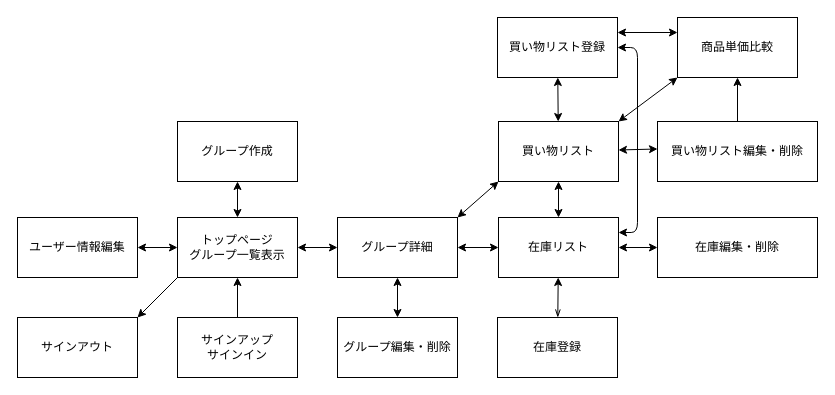
This is kauzoh画面遷移図.drawio from komafuji820/kauzoh, a draw.io file, before an edit. Source tidied: cells renumbered, new cells numbered last; positions are measured from the earlier drawing's top-left corner, leaving out a move shared by most shapes. Both pictures are drawn from the tidied source at 100%, with x=0, y=0 at pixel (17, 17).
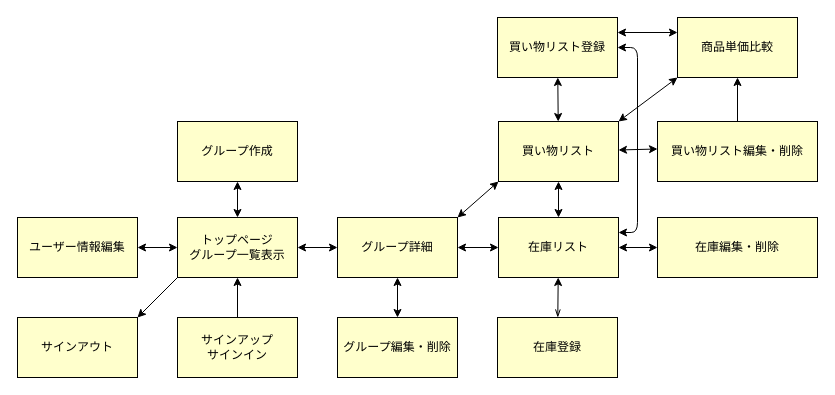
Above is the later version.

The edit, as a diff of the source:
```diff
@@
-<mxGraphModel>
+<mxGraphModel background="#ffffff">
@@
-    <mxCell id="2" style="edgeStyle=none;html=1;exitX=0;exitY=1;exitDx=0;exitDy=0;entryX=1;entryY=0;entryDx=0;entryDy=0;startArrow=none;startFill=0;endArrow=classic;endFill=1;" parent="1" edge="1" source="5" target="6">
+    <mxCell id="2" style="edgeStyle=none;html=1;exitX=0;exitY=1;exitDx=0;exitDy=0;entryX=1;entryY=0;entryDx=0;entryDy=0;startArrow=none;startFill=0;endArrow=classic;endFill=1;strokeColor=#000000;fillColor=#FFFFCC;" parent="1" edge="1" source="5" target="6">
       <mxGeometry relative="1" as="geometry" />
     </mxCell>
-    <mxCell id="3" style="edgeStyle=none;html=1;startArrow=classic;startFill=1;endArrow=classic;endFill=1;" parent="1" edge="1" source="5" target="12">
+    <mxCell id="3" style="edgeStyle=none;html=1;startArrow=classic;startFill=1;endArrow=classic;endFill=1;strokeColor=#000000;fillColor=#FFFFCC;" parent="1" edge="1" source="5" target="12">
       <mxGeometry relative="1" as="geometry" />
     </mxCell>
-    <mxCell id="4" style="edgeStyle=none;html=1;startArrow=classic;startFill=1;endArrow=classic;endFill=1;" parent="1" edge="1" source="5" target="23">
+    <mxCell id="4" style="edgeStyle=none;html=1;startArrow=classic;startFill=1;endArrow=classic;endFill=1;strokeColor=#000000;fillColor=#FFFFCC;" parent="1" edge="1" source="5" target="23">
       <mxGeometry relative="1" as="geometry" />
     </mxCell>
-    <mxCell id="5" value="トップページ&lt;br&gt;グループ一覧表示" style="rounded=0;whiteSpace=wrap;html=1;" parent="1" vertex="1">
+    <mxCell id="5" value="トップページ&lt;br&gt;グループ一覧表示" style="rounded=0;whiteSpace=wrap;html=1;strokeColor=#000000;fillColor=#FFFFCC;labelBackgroundColor=none;fontColor=#000000;" parent="1" vertex="1">
       <mxGeometry x="160" y="200" width="120" height="60" as="geometry" />
     </mxCell>
-    <mxCell id="6" value="サインアウト" style="rounded=0;whiteSpace=wrap;html=1;" parent="1" vertex="1">
+    <mxCell id="6" value="サインアウト" style="rounded=0;whiteSpace=wrap;html=1;strokeColor=#000000;fillColor=#FFFFCC;labelBackgroundColor=none;fontColor=#000000;" parent="1" vertex="1">
       <mxGeometry y="300" width="120" height="60" as="geometry" />
     </mxCell>
-    <mxCell id="7" style="edgeStyle=none;html=1;startArrow=none;startFill=0;endArrow=classic;endFill=1;" parent="1" edge="1" source="8" target="5">
+    <mxCell id="7" style="edgeStyle=none;html=1;startArrow=none;startFill=0;endArrow=classic;endFill=1;strokeColor=#000000;fillColor=#FFFFCC;" parent="1" edge="1" source="8" target="5">
       <mxGeometry relative="1" as="geometry" />
     </mxCell>
-    <mxCell id="8" value="サインアップ&lt;br&gt;サインイン" style="rounded=0;whiteSpace=wrap;html=1;" parent="1" vertex="1">
+    <mxCell id="8" value="サインアップ&lt;br&gt;サインイン" style="rounded=0;whiteSpace=wrap;html=1;strokeColor=#000000;fillColor=#FFFFCC;labelBackgroundColor=none;fontColor=#000000;" parent="1" vertex="1">
       <mxGeometry x="160" y="300" width="120" height="60" as="geometry" />
     </mxCell>
-    <mxCell id="9" style="edgeStyle=none;html=1;startArrow=classic;startFill=1;endArrow=classic;endFill=1;" parent="1" edge="1" source="12" target="16">
+    <mxCell id="9" style="edgeStyle=none;html=1;startArrow=classic;startFill=1;endArrow=classic;endFill=1;strokeColor=#000000;fillColor=#FFFFCC;" parent="1" edge="1" source="12" target="16">
       <mxGeometry relative="1" as="geometry" />
     </mxCell>
-    <mxCell id="10" style="edgeStyle=none;html=1;exitX=1;exitY=0;exitDx=0;exitDy=0;startArrow=classic;startFill=1;endArrow=classic;endFill=1;entryX=0;entryY=1;entryDx=0;entryDy=0;" parent="1" edge="1" source="12" target="22">
+    <mxCell id="10" style="edgeStyle=none;html=1;exitX=1;exitY=0;exitDx=0;exitDy=0;startArrow=classic;startFill=1;endArrow=classic;endFill=1;entryX=0;entryY=1;entryDx=0;entryDy=0;strokeColor=#000000;fillColor=#FFFFCC;" parent="1" edge="1" source="12" target="22">
       <mxGeometry relative="1" as="geometry" />
     </mxCell>
-    <mxCell id="11" style="edgeStyle=none;html=1;startArrow=classic;startFill=1;endArrow=classic;endFill=1;" parent="1" edge="1" source="12" target="26">
+    <mxCell id="11" style="edgeStyle=none;html=1;startArrow=classic;startFill=1;endArrow=classic;endFill=1;strokeColor=#000000;fillColor=#FFFFCC;" parent="1" edge="1" source="12" target="26">
       <mxGeometry relative="1" as="geometry" />
     </mxCell>
-    <mxCell id="12" value="グループ詳細" style="rounded=0;whiteSpace=wrap;html=1;align=center;spacingLeft=0;" parent="1" vertex="1">
+    <mxCell id="12" value="グループ詳細" style="rounded=0;whiteSpace=wrap;html=1;align=center;spacingLeft=0;strokeColor=#000000;fillColor=#FFFFCC;fontColor=#000000;" parent="1" vertex="1">
       <mxGeometry x="320" y="200" width="120" height="60" as="geometry" />
     </mxCell>
-    <mxCell id="13" style="edgeStyle=none;html=1;startArrow=classic;startFill=1;endArrow=classic;endFill=1;" parent="1" edge="1" source="16">
+    <mxCell id="13" style="edgeStyle=none;html=1;startArrow=classic;startFill=1;endArrow=classic;endFill=1;strokeColor=#000000;fillColor=#FFFFCC;" parent="1" edge="1" source="16">
       <mxGeometry relative="1" as="geometry">
         <mxPoint x="640" y="230" as="targetPoint" />
       </mxGeometry>
     </mxCell>
-    <mxCell id="14" style="edgeStyle=none;html=1;startArrow=classic;startFill=1;endArrow=classic;endFill=1;" parent="1" edge="1" source="16" target="22">
+    <mxCell id="14" style="edgeStyle=none;html=1;startArrow=classic;startFill=1;endArrow=classic;endFill=1;strokeColor=#000000;fillColor=#FFFFCC;" parent="1" edge="1" source="16" target="22">
       <mxGeometry relative="1" as="geometry" />
     </mxCell>
-    <mxCell id="15" style="edgeStyle=orthogonalEdgeStyle;html=1;exitX=1;exitY=0.25;exitDx=0;exitDy=0;startArrow=classic;startFill=1;endArrow=classic;endFill=1;entryX=1;entryY=0.5;entryDx=0;entryDy=0;" parent="1" edge="1" source="16" target="29">
+    <mxCell id="15" style="edgeStyle=orthogonalEdgeStyle;html=1;exitX=1;exitY=0.25;exitDx=0;exitDy=0;startArrow=classic;startFill=1;endArrow=classic;endFill=1;entryX=1;entryY=0.5;entryDx=0;entryDy=0;strokeColor=#000000;fillColor=#FFFFCC;" parent="1" edge="1" source="16" target="29">
       <mxGeometry relative="1" as="geometry">
         <Array as="points">
           <mxPoint x="620" y="215" />
           <mxPoint x="620" y="30" />
         </Array>
       </mxGeometry>
     </mxCell>
-    <mxCell id="16" value="在庫リスト" style="rounded=0;whiteSpace=wrap;html=1;" parent="1" vertex="1">
+    <mxCell id="16" value="在庫リスト" style="rounded=0;whiteSpace=wrap;html=1;strokeColor=#000000;fillColor=#FFFFCC;fontColor=#000000;" parent="1" vertex="1">
       <mxGeometry x="481" y="200" width="120" height="60" as="geometry" />
     </mxCell>
-    <mxCell id="17" style="edgeStyle=none;html=1;startArrow=openThin;startFill=0;endArrow=classic;endFill=1;" parent="1" edge="1" source="18" target="16">
+    <mxCell id="17" style="edgeStyle=none;html=1;startArrow=openThin;startFill=0;endArrow=classic;endFill=1;strokeColor=#000000;fillColor=#FFFFCC;" parent="1" edge="1" source="18" target="16">
       <mxGeometry relative="1" as="geometry" />
     </mxCell>
-    <mxCell id="18" value="在庫登録" style="rounded=0;whiteSpace=wrap;html=1;" parent="1" vertex="1">
+    <mxCell id="18" value="在庫登録" style="rounded=0;whiteSpace=wrap;html=1;strokeColor=#000000;fillColor=#FFFFCC;fontColor=#000000;" parent="1" vertex="1">
       <mxGeometry x="480" y="300" width="120" height="60" as="geometry" />
     </mxCell>
-    <mxCell id="19" style="edgeStyle=none;html=1;startArrow=classic;startFill=1;endArrow=classic;endFill=1;" parent="1" edge="1" source="22">
+    <mxCell id="19" style="edgeStyle=none;html=1;startArrow=classic;startFill=1;endArrow=classic;endFill=1;strokeColor=#000000;fillColor=#FFFFCC;" parent="1" edge="1" source="22">
       <mxGeometry relative="1" as="geometry">
         <mxPoint x="640" y="131.5" as="targetPoint" />
       </mxGeometry>
     </mxCell>
-    <mxCell id="20" style="html=1;exitX=1;exitY=0;exitDx=0;exitDy=0;entryX=0;entryY=1;entryDx=0;entryDy=0;startArrow=classic;startFill=1;endArrow=classic;endFill=1;" parent="1" edge="1" source="22" target="32">
+    <mxCell id="20" style="html=1;exitX=1;exitY=0;exitDx=0;exitDy=0;entryX=0;entryY=1;entryDx=0;entryDy=0;startArrow=classic;startFill=1;endArrow=classic;endFill=1;strokeColor=#000000;fillColor=#FFFFCC;" parent="1" edge="1" source="22" target="32">
       <mxGeometry relative="1" as="geometry" />
     </mxCell>
-    <mxCell id="21" style="edgeStyle=none;html=1;startArrow=classic;startFill=1;endArrow=classic;endFill=1;" parent="1" edge="1" source="22" target="29">
+    <mxCell id="21" style="edgeStyle=none;html=1;startArrow=classic;startFill=1;endArrow=classic;endFill=1;strokeColor=#000000;fillColor=#FFFFCC;" parent="1" edge="1" source="22" target="29">
       <mxGeometry relative="1" as="geometry" />
     </mxCell>
-    <mxCell id="22" value="買い物リスト" style="rounded=0;whiteSpace=wrap;html=1;" parent="1" vertex="1">
+    <mxCell id="22" value="買い物リスト" style="rounded=0;whiteSpace=wrap;html=1;strokeColor=#000000;fillColor=#FFFFCC;fontColor=#000000;" parent="1" vertex="1">
       <mxGeometry x="481" y="104" width="120" height="60" as="geometry" />
     </mxCell>
-    <mxCell id="23" value="ユーザー情報編集" style="rounded=0;whiteSpace=wrap;html=1;" parent="1" vertex="1">
-      <mxGeometry y="200" width="120" height="60" as="geometry" />
-    </mxCell>
-    <mxCell id="24" style="edgeStyle=none;html=1;startArrow=classic;startFill=1;endArrow=classic;endFill=1;" parent="1" edge="1" source="25" target="5">
+    <mxCell id="24" style="edgeStyle=none;html=1;startArrow=classic;startFill=1;endArrow=classic;endFill=1;strokeColor=#000000;fillColor=#FFFFCC;" parent="1" edge="1" source="25" target="5">
       <mxGeometry relative="1" as="geometry" />
     </mxCell>
-    <mxCell id="25" value="グループ作成" style="rounded=0;whiteSpace=wrap;html=1;" parent="1" vertex="1">
+    <mxCell id="25" value="&lt;font color=&quot;#000000&quot;&gt;グループ作成&lt;/font&gt;" style="rounded=0;whiteSpace=wrap;html=1;strokeColor=#000000;fillColor=#FFFFCC;" parent="1" vertex="1">
       <mxGeometry x="160" y="104" width="120" height="60" as="geometry" />
     </mxCell>
-    <mxCell id="26" value="グループ編集・削除" style="rounded=0;whiteSpace=wrap;html=1;" parent="1" vertex="1">
+    <mxCell id="26" value="グループ編集・削除" style="rounded=0;whiteSpace=wrap;html=1;strokeColor=#000000;fillColor=#FFFFCC;fontColor=#000000;" parent="1" vertex="1">
       <mxGeometry x="320" y="300" width="120" height="60" as="geometry" />
     </mxCell>
-    <mxCell id="27" value="在庫編集・削除" style="rounded=0;whiteSpace=wrap;html=1;" parent="1" vertex="1">
+    <mxCell id="27" value="在庫編集・削除" style="rounded=0;whiteSpace=wrap;html=1;strokeColor=#000000;fillColor=#FFFFCC;fontColor=#000000;" parent="1" vertex="1">
       <mxGeometry x="640" y="200" width="160" height="60" as="geometry" />
     </mxCell>
-    <mxCell id="28" style="edgeStyle=orthogonalEdgeStyle;html=1;exitX=1;exitY=0.25;exitDx=0;exitDy=0;entryX=0;entryY=0.25;entryDx=0;entryDy=0;startArrow=classic;startFill=1;endArrow=classic;endFill=1;" parent="1" edge="1" source="29" target="32">
+    <mxCell id="28" style="edgeStyle=orthogonalEdgeStyle;html=1;exitX=1;exitY=0.25;exitDx=0;exitDy=0;entryX=0;entryY=0.25;entryDx=0;entryDy=0;startArrow=classic;startFill=1;endArrow=classic;endFill=1;strokeColor=#000000;fillColor=#FFFFCC;" parent="1" edge="1" source="29" target="32">
       <mxGeometry relative="1" as="geometry" />
     </mxCell>
-    <mxCell id="29" value="買い物リスト登録" style="rounded=0;whiteSpace=wrap;html=1;" parent="1" vertex="1">
+    <mxCell id="29" value="買い物リスト登録" style="rounded=0;whiteSpace=wrap;html=1;strokeColor=#000000;fillColor=#FFFFCC;fontColor=#000000;" parent="1" vertex="1">
       <mxGeometry x="480" width="120" height="60" as="geometry" />
     </mxCell>
-    <mxCell id="30" value="買い物リスト編集・削除" style="rounded=0;whiteSpace=wrap;html=1;" parent="1" vertex="1">
+    <mxCell id="30" value="買い物リスト編集・削除" style="rounded=0;whiteSpace=wrap;html=1;strokeColor=#000000;fillColor=#FFFFCC;fontColor=#000000;" parent="1" vertex="1">
       <mxGeometry x="640" y="104" width="160" height="60" as="geometry" />
     </mxCell>
-    <mxCell id="31" style="edgeStyle=orthogonalEdgeStyle;html=1;exitX=0.5;exitY=0;exitDx=0;exitDy=0;startArrow=none;startFill=0;endArrow=classic;endFill=1;entryX=0.5;entryY=1;entryDx=0;entryDy=0;" parent="1" edge="1" source="30" target="32">
+    <mxCell id="31" style="edgeStyle=orthogonalEdgeStyle;html=1;exitX=0.5;exitY=0;exitDx=0;exitDy=0;startArrow=none;startFill=0;endArrow=classic;endFill=1;entryX=0.5;entryY=1;entryDx=0;entryDy=0;strokeColor=#000000;fillColor=#FFFFCC;" parent="1" edge="1" source="30" target="32">
       <mxGeometry relative="1" as="geometry" />
     </mxCell>
-    <mxCell id="32" value="商品単価比較" style="rounded=0;whiteSpace=wrap;html=1;" parent="1" vertex="1">
+    <mxCell id="32" value="商品単価比較" style="rounded=0;whiteSpace=wrap;html=1;strokeColor=#000000;fillColor=#FFFFCC;fontColor=#000000;" parent="1" vertex="1">
       <mxGeometry x="660" width="120" height="60" as="geometry" />
     </mxCell>
+    <mxCell id="23" value="ユーザー情報編集" style="rounded=0;whiteSpace=wrap;html=1;strokeColor=#000000;fillColor=#FFFFCC;labelBackgroundColor=none;fontColor=#000000;" parent="1" vertex="1">
+      <mxGeometry y="200" width="120" height="60" as="geometry" />
+    </mxCell>
```
